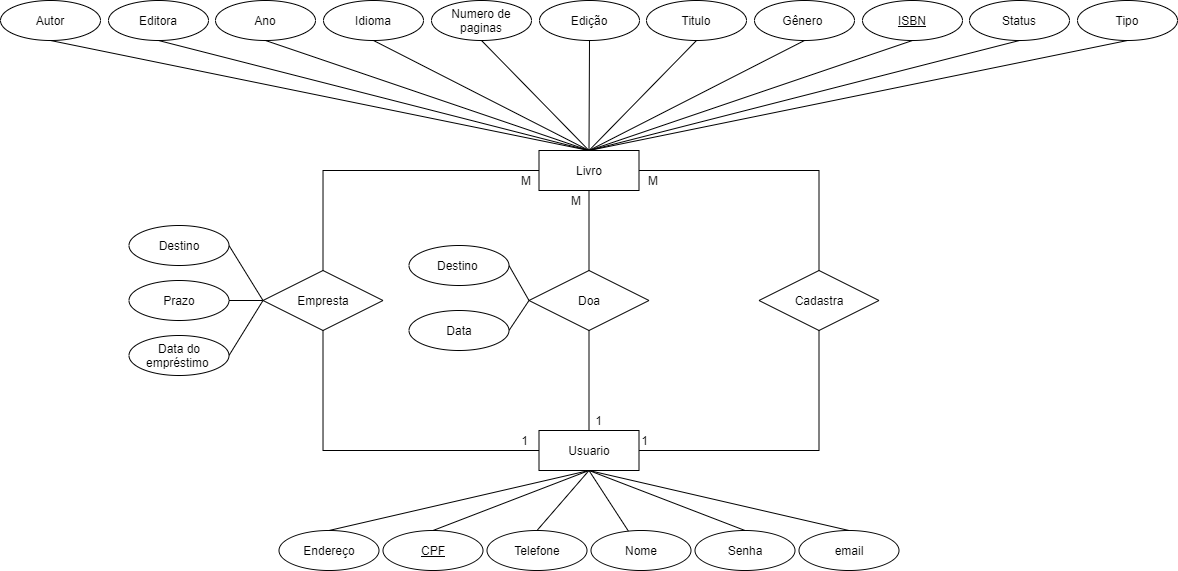
Above: Artefatos/DER WEBOOK.png in RafaelDuarteP/webook (draw.io), before the change. Source tidied: cells renumbered, new cells last; positions are measured from the earlier drawing's top-left corner, leaving out a move shared by most shapes.
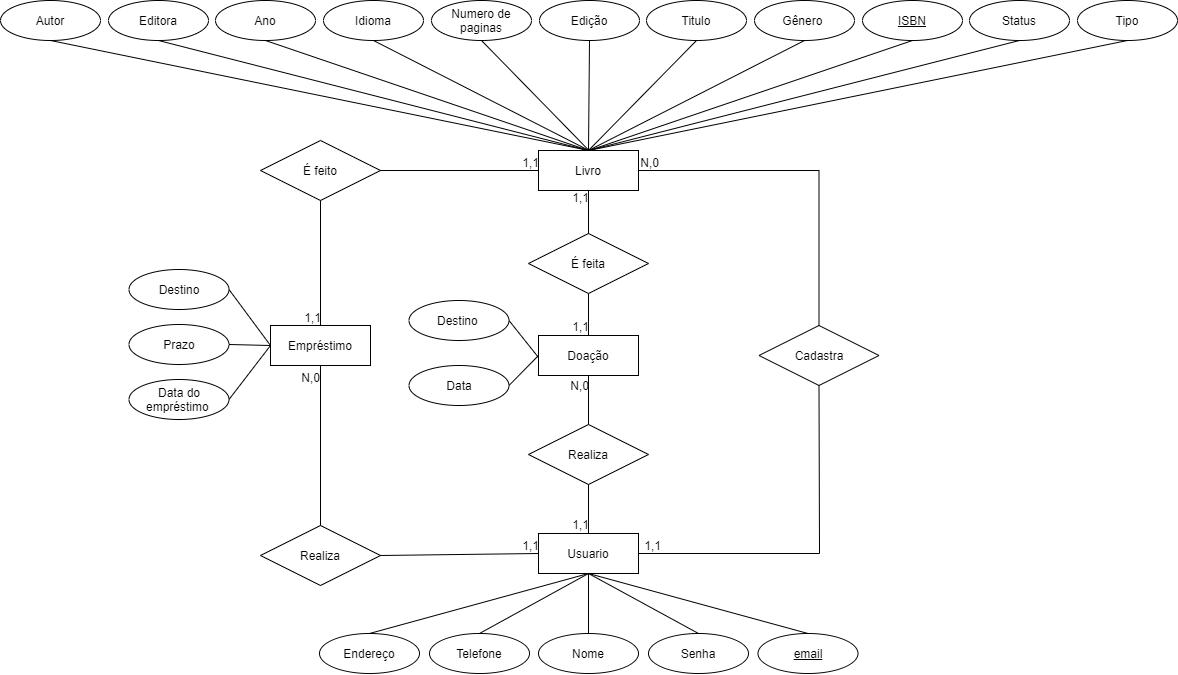
Later version of the same file.

Commit message:
Atualização do DER

What changed in the source:
```diff
@@ -3,10 +3,10 @@
     <mxCell id="0" />
     <mxCell id="1" parent="0" />
     <mxCell id="2" value="Livro" style="whiteSpace=wrap;html=1;align=center;" parent="1" vertex="1">
-      <mxGeometry x="538.5" y="150" width="100" height="40" as="geometry" />
+      <mxGeometry x="538" y="150" width="100" height="40" as="geometry" />
     </mxCell>
     <mxCell id="3" value="Usuario" style="whiteSpace=wrap;html=1;align=center;" parent="1" vertex="1">
-      <mxGeometry x="538.5" y="430" width="100" height="40" as="geometry" />
+      <mxGeometry x="538" y="533" width="100" height="40" as="geometry" />
     </mxCell>
     <mxCell id="4" value="Titulo" style="ellipse;whiteSpace=wrap;html=1;align=center;" parent="1" vertex="1">
       <mxGeometry x="646" width="100" height="40" as="geometry" />
@@ -47,19 +47,16 @@
       <mxGeometry relative="1" as="geometry" />
     </mxCell>
     <mxCell id="16" value="Nome" style="ellipse;whiteSpace=wrap;html=1;align=center;flipH=1;flipV=1;" parent="1" vertex="1">
-      <mxGeometry x="590.5" y="530" width="100" height="40" as="geometry" />
+      <mxGeometry x="538" y="633" width="100" height="40" as="geometry" />
     </mxCell>
     <mxCell id="17" value="Endereço" style="ellipse;whiteSpace=wrap;html=1;align=center;flipH=1;flipV=1;" parent="1" vertex="1">
-      <mxGeometry x="278.5" y="530" width="100" height="40" as="geometry" />
+      <mxGeometry x="319" y="633" width="100" height="40" as="geometry" />
     </mxCell>
-    <mxCell id="18" value="CPF" style="ellipse;whiteSpace=wrap;html=1;align=center;fontStyle=4;flipH=1;flipV=1;" parent="1" vertex="1">
-      <mxGeometry x="382.5" y="530" width="100" height="40" as="geometry" />
-    </mxCell>
     <mxCell id="19" value="Telefone" style="ellipse;whiteSpace=wrap;html=1;align=center;flipH=1;flipV=1;" parent="1" vertex="1">
-      <mxGeometry x="486.5" y="530" width="100" height="40" as="geometry" />
+      <mxGeometry x="429" y="633" width="100" height="40" as="geometry" />
     </mxCell>
     <mxCell id="20" value="Senha" style="ellipse;whiteSpace=wrap;html=1;align=center;flipH=1;flipV=1;" parent="1" vertex="1">
-      <mxGeometry x="694.5" y="530" width="100" height="40" as="geometry" />
+      <mxGeometry x="648" y="633" width="100" height="40" as="geometry" />
     </mxCell>
     <mxCell id="21" style="endArrow=none;html=1;entryX=0.5;entryY=0;entryDx=0;entryDy=0;exitX=0.5;exitY=1;exitDx=0;exitDy=0;" parent="1" edge="1" source="3" target="20">
       <mxGeometry relative="1" as="geometry" />
@@ -73,9 +70,6 @@
     <mxCell id="24" style="endArrow=none;html=1;entryX=0.5;entryY=0;entryDx=0;entryDy=0;exitX=0.5;exitY=1;exitDx=0;exitDy=0;" parent="1" edge="1" source="3" target="19">
       <mxGeometry relative="1" as="geometry" />
     </mxCell>
-    <mxCell id="25" style="endArrow=none;html=1;entryX=0.5;entryY=0;entryDx=0;entryDy=0;exitX=0.5;exitY=1;exitDx=0;exitDy=0;" parent="1" edge="1" source="3" target="18">
-      <mxGeometry relative="1" as="geometry" />
-    </mxCell>
     <mxCell id="26" value="Idioma&lt;br&gt;" style="ellipse;whiteSpace=wrap;html=1;align=center;" parent="1" vertex="1">
       <mxGeometry x="323" width="100" height="40" as="geometry" />
     </mxCell>
@@ -113,7 +107,7 @@
       </mxGeometry>
     </mxCell>
     <mxCell id="36" value="Cadastra" style="shape=rhombus;perimeter=rhombusPerimeter;whiteSpace=wrap;html=1;align=center;" parent="1" vertex="1">
-      <mxGeometry x="758.5" y="270" width="120" height="60" as="geometry" />
+      <mxGeometry x="758.5" y="325" width="120" height="60" as="geometry" />
     </mxCell>
     <mxCell id="37" style="endArrow=none;html=1;rounded=0;exitX=0.5;exitY=0;exitDx=0;exitDy=0;entryX=1;entryY=0.5;entryDx=0;entryDy=0;" parent="1" edge="1" source="36" target="2">
       <mxGeometry relative="1" as="geometry">
@@ -122,108 +116,130 @@
         </Array>
       </mxGeometry>
     </mxCell>
-    <mxCell id="38" value="M" style="html=1;align=right;verticalAlign=bottom;" parent="37" vertex="1">
+    <mxCell id="38" value="N,0" style="html=1;align=right;verticalAlign=bottom;" parent="37" vertex="1">
       <mxGeometry x="1" relative="1" as="geometry">
-        <mxPoint x="20" y="20" as="offset" />
+        <mxPoint x="20" as="offset" />
       </mxGeometry>
     </mxCell>
     <mxCell id="39" style="endArrow=none;html=1;rounded=0;exitX=0.5;exitY=1;exitDx=0;exitDy=0;entryX=1;entryY=0.5;entryDx=0;entryDy=0;" parent="1" edge="1" source="36" target="3">
       <mxGeometry relative="1" as="geometry">
         <Array as="points">
-          <mxPoint x="818.5" y="450" />
+          <mxPoint x="819" y="553" />
         </Array>
       </mxGeometry>
     </mxCell>
-    <mxCell id="40" value="1" style="html=1;align=right;verticalAlign=bottom;" parent="39" vertex="1">
+    <mxCell id="40" value="1,1" style="html=1;align=right;verticalAlign=bottom;" parent="39" vertex="1">
       <mxGeometry x="1" relative="1" as="geometry">
-        <mxPoint x="10" as="offset" />
+        <mxPoint x="22" as="offset" />
       </mxGeometry>
     </mxCell>
-    <mxCell id="41" value="1" style="html=1;align=right;verticalAlign=bottom;" parent="39" vertex="1">
-      <mxGeometry x="1" relative="1" as="geometry">
-        <mxPoint x="-36" y="-20" as="offset" />
-      </mxGeometry>
-    </mxCell>
-    <mxCell id="42" value="email" style="ellipse;whiteSpace=wrap;html=1;align=center;flipH=1;flipV=1;" parent="1" vertex="1">
-      <mxGeometry x="798.5" y="530" width="100" height="40" as="geometry" />
+    <mxCell id="42" value="&lt;u&gt;email&lt;/u&gt;" style="ellipse;whiteSpace=wrap;html=1;align=center;flipH=1;flipV=1;" parent="1" vertex="1">
+      <mxGeometry x="757.5" y="633" width="100" height="40" as="geometry" />
     </mxCell>
     <mxCell id="43" style="endArrow=none;html=1;entryX=0.5;entryY=0;entryDx=0;entryDy=0;exitX=0.5;exitY=1;exitDx=0;exitDy=0;" parent="1" edge="1" source="3" target="42">
       <mxGeometry relative="1" as="geometry" />
     </mxCell>
     <mxCell id="44" value="Data" style="ellipse;whiteSpace=wrap;html=1;align=center;" parent="1" vertex="1">
-      <mxGeometry x="408.5" y="310" width="100" height="40" as="geometry" />
+      <mxGeometry x="408.5" y="365" width="100" height="40" as="geometry" />
     </mxCell>
     <mxCell id="45" value="Destino&amp;nbsp;" style="ellipse;whiteSpace=wrap;html=1;align=center;" parent="1" vertex="1">
-      <mxGeometry x="408.5" y="245" width="100" height="40" as="geometry" />
+      <mxGeometry x="408.5" y="300" width="100" height="40" as="geometry" />
     </mxCell>
     <mxCell id="46" value="Data do empréstimo&amp;nbsp;" style="ellipse;whiteSpace=wrap;html=1;align=center;" parent="1" vertex="1">
-      <mxGeometry x="128.5" y="335" width="100" height="40" as="geometry" />
+      <mxGeometry x="128.5" y="379" width="100" height="40" as="geometry" />
     </mxCell>
     <mxCell id="47" value="Prazo" style="ellipse;whiteSpace=wrap;html=1;align=center;" parent="1" vertex="1">
-      <mxGeometry x="128.5" y="280" width="100" height="40" as="geometry" />
+      <mxGeometry x="128.5" y="324" width="100" height="40" as="geometry" />
     </mxCell>
     <mxCell id="48" value="Destino" style="ellipse;whiteSpace=wrap;html=1;align=center;" parent="1" vertex="1">
-      <mxGeometry x="128.5" y="225" width="100" height="40" as="geometry" />
+      <mxGeometry x="128.5" y="269" width="100" height="40" as="geometry" />
     </mxCell>
-    <mxCell id="49" style="endArrow=none;html=1;exitX=0;exitY=0.5;exitDx=0;exitDy=0;entryX=1;entryY=0.5;entryDx=0;entryDy=0;" parent="1" edge="1" source="60" target="44">
+    <mxCell id="49" style="endArrow=none;html=1;exitX=0;exitY=0.5;exitDx=0;exitDy=0;entryX=1;entryY=0.5;entryDx=0;entryDy=0;" parent="1" edge="1" source="74" target="44">
       <mxGeometry relative="1" as="geometry" />
     </mxCell>
-    <mxCell id="50" style="endArrow=none;html=1;entryX=1;entryY=0.5;entryDx=0;entryDy=0;exitX=0;exitY=0.5;exitDx=0;exitDy=0;" parent="1" edge="1" source="60" target="45">
+    <mxCell id="50" style="endArrow=none;html=1;entryX=1;entryY=0.5;entryDx=0;entryDy=0;exitX=-0.003;exitY=0.541;exitDx=0;exitDy=0;exitPerimeter=0;" parent="1" edge="1" source="74" target="45">
       <mxGeometry relative="1" as="geometry" />
     </mxCell>
-    <mxCell id="51" style="endArrow=none;html=1;entryX=1;entryY=0.5;entryDx=0;entryDy=0;exitX=0;exitY=0.5;exitDx=0;exitDy=0;" parent="1" edge="1" source="54" target="47">
+    <mxCell id="51" style="endArrow=none;html=1;entryX=1;entryY=0.5;entryDx=0;entryDy=0;exitX=0;exitY=0.5;exitDx=0;exitDy=0;" parent="1" edge="1" source="63" target="47">
       <mxGeometry relative="1" as="geometry" />
     </mxCell>
-    <mxCell id="52" style="endArrow=none;html=1;entryX=1;entryY=0.5;entryDx=0;entryDy=0;exitX=0;exitY=0.5;exitDx=0;exitDy=0;" parent="1" edge="1" source="54" target="48">
+    <mxCell id="52" style="endArrow=none;html=1;entryX=1;entryY=0.5;entryDx=0;entryDy=0;exitX=0;exitY=0.5;exitDx=0;exitDy=0;" parent="1" edge="1" source="63" target="48">
       <mxGeometry relative="1" as="geometry" />
     </mxCell>
-    <mxCell id="53" style="endArrow=none;html=1;entryX=1;entryY=0.5;entryDx=0;entryDy=0;exitX=0;exitY=0.5;exitDx=0;exitDy=0;" parent="1" edge="1" source="54" target="46">
+    <mxCell id="53" style="endArrow=none;html=1;entryX=1;entryY=0.5;entryDx=0;entryDy=0;exitX=0;exitY=0.5;exitDx=0;exitDy=0;" parent="1" edge="1" source="63" target="46">
       <mxGeometry relative="1" as="geometry" />
     </mxCell>
-    <mxCell id="54" value="Empresta" style="shape=rhombus;perimeter=rhombusPerimeter;whiteSpace=wrap;html=1;align=center;" parent="1" vertex="1">
-      <mxGeometry x="262.5" y="270" width="120" height="60" as="geometry" />
-    </mxCell>
-    <mxCell id="55" style="endArrow=none;html=1;rounded=0;edgeStyle=orthogonalEdgeStyle;exitX=0.5;exitY=1;exitDx=0;exitDy=0;entryX=0;entryY=0.5;entryDx=0;entryDy=0;" parent="1" edge="1" source="54" target="3">
-      <mxGeometry relative="1" as="geometry">
-        <Array as="points">
-          <mxPoint x="322.5" y="450" />
-        </Array>
-      </mxGeometry>
-    </mxCell>
-    <mxCell id="56" value="1" style="html=1;align=right;verticalAlign=bottom;" parent="55" vertex="1">
-      <mxGeometry x="1" relative="1" as="geometry">
-        <mxPoint x="-10" as="offset" />
-      </mxGeometry>
-    </mxCell>
-    <mxCell id="57" style="endArrow=none;html=1;rounded=0;edgeStyle=orthogonalEdgeStyle;exitX=0;exitY=0.5;exitDx=0;exitDy=0;entryX=0.5;entryY=0;entryDx=0;entryDy=0;" parent="1" edge="1" source="2" target="54">
-      <mxGeometry relative="1" as="geometry">
-        <Array as="points">
-          <mxPoint x="322.5" y="170" />
-        </Array>
-      </mxGeometry>
-    </mxCell>
-    <mxCell id="58" value="M" style="html=1;align=left;verticalAlign=bottom;" parent="57" vertex="1">
-      <mxGeometry x="-1" relative="1" as="geometry">
-        <mxPoint x="-20" y="20" as="offset" />
-      </mxGeometry>
-    </mxCell>
-    <mxCell id="59" value="M" style="html=1;align=left;verticalAlign=bottom;" parent="57" vertex="1">
-      <mxGeometry x="-1" relative="1" as="geometry">
-        <mxPoint x="30" y="40" as="offset" />
-      </mxGeometry>
-    </mxCell>
-    <mxCell id="60" value="Doa" style="shape=rhombus;perimeter=rhombusPerimeter;whiteSpace=wrap;html=1;align=center;" parent="1" vertex="1">
-      <mxGeometry x="528.5" y="270" width="120" height="60" as="geometry" />
-    </mxCell>
-    <mxCell id="61" style="endArrow=none;html=1;rounded=0;edgeStyle=orthogonalEdgeStyle;exitX=0.5;exitY=0;exitDx=0;exitDy=0;entryX=0.5;entryY=1;entryDx=0;entryDy=0;" parent="1" edge="1" source="60" target="2">
-      <mxGeometry relative="1" as="geometry">
-        <Array as="points">
-          <mxPoint x="588.5" y="270" />
-        </Array>
-      </mxGeometry>
-    </mxCell>
-    <mxCell id="62" style="endArrow=none;html=1;rounded=0;edgeStyle=orthogonalEdgeStyle;exitX=0.5;exitY=1;exitDx=0;exitDy=0;entryX=0.5;entryY=0;entryDx=0;entryDy=0;" parent="1" edge="1" source="60" target="3">
-      <mxGeometry relative="1" as="geometry" />
-    </mxCell>
+    <mxCell id="63" value="Empréstimo" style="whiteSpace=wrap;html=1;align=center;" parent="1" vertex="1">
+      <mxGeometry x="270" y="325" width="100" height="40" as="geometry" />
+    </mxCell>
+    <mxCell id="64" value="Realiza" style="shape=rhombus;perimeter=rhombusPerimeter;whiteSpace=wrap;html=1;align=center;" parent="1" vertex="1">
+      <mxGeometry x="260" y="525" width="120" height="60" as="geometry" />
+    </mxCell>
+    <mxCell id="65" style="endArrow=none;html=1;rounded=0;exitX=0.5;exitY=0;exitDx=0;exitDy=0;entryX=0.5;entryY=1;entryDx=0;entryDy=0;" parent="1" edge="1" source="64" target="63">
+      <mxGeometry relative="1" as="geometry" />
+    </mxCell>
+    <mxCell id="66" value="N,0" style="html=1;align=right;verticalAlign=bottom;" parent="65" vertex="1">
+      <mxGeometry x="1" relative="1" as="geometry">
+        <mxPoint x="-1" y="20" as="offset" />
+      </mxGeometry>
+    </mxCell>
+    <mxCell id="67" style="endArrow=none;html=1;rounded=0;exitX=1;exitY=0.5;exitDx=0;exitDy=0;entryX=0;entryY=0.5;entryDx=0;entryDy=0;" parent="1" edge="1" source="64" target="3">
+      <mxGeometry relative="1" as="geometry" />
+    </mxCell>
+    <mxCell id="68" value="1,1" style="html=1;align=right;verticalAlign=bottom;" parent="67" vertex="1">
+      <mxGeometry x="1" relative="1" as="geometry" />
+    </mxCell>
+    <mxCell id="69" value="É feito" style="shape=rhombus;perimeter=rhombusPerimeter;whiteSpace=wrap;html=1;align=center;" parent="1" vertex="1">
+      <mxGeometry x="260" y="140" width="120" height="60" as="geometry" />
+    </mxCell>
+    <mxCell id="70" style="endArrow=none;html=1;rounded=0;exitX=1;exitY=0.5;exitDx=0;exitDy=0;entryX=0;entryY=0.5;entryDx=0;entryDy=0;" parent="1" edge="1" source="69" target="2">
+      <mxGeometry relative="1" as="geometry" />
+    </mxCell>
+    <mxCell id="71" value="1,1" style="html=1;align=right;verticalAlign=bottom;" parent="70" vertex="1">
+      <mxGeometry x="1" relative="1" as="geometry" />
+    </mxCell>
+    <mxCell id="72" style="endArrow=none;html=1;rounded=0;exitX=0.5;exitY=1;exitDx=0;exitDy=0;entryX=0.5;entryY=0;entryDx=0;entryDy=0;" parent="1" edge="1" source="69" target="63">
+      <mxGeometry relative="1" as="geometry" />
+    </mxCell>
+    <mxCell id="73" value="1,1" style="html=1;align=right;verticalAlign=bottom;" parent="72" vertex="1">
+      <mxGeometry x="1" relative="1" as="geometry" />
+    </mxCell>
+    <mxCell id="74" value="Doação" style="whiteSpace=wrap;html=1;align=center;" parent="1" vertex="1">
+      <mxGeometry x="538" y="335" width="100" height="40" as="geometry" />
+    </mxCell>
+    <mxCell id="75" value="Realiza" style="shape=rhombus;perimeter=rhombusPerimeter;whiteSpace=wrap;html=1;align=center;" parent="1" vertex="1">
+      <mxGeometry x="528" y="424" width="120" height="60" as="geometry" />
+    </mxCell>
+    <mxCell id="76" style="endArrow=none;html=1;rounded=0;exitX=0.5;exitY=1;exitDx=0;exitDy=0;entryX=0.5;entryY=0;entryDx=0;entryDy=0;" parent="1" edge="1" source="75" target="3">
+      <mxGeometry relative="1" as="geometry" />
+    </mxCell>
+    <mxCell id="77" value="1,1" style="html=1;align=right;verticalAlign=bottom;" parent="76" vertex="1">
+      <mxGeometry x="1" relative="1" as="geometry" />
+    </mxCell>
+    <mxCell id="78" style="endArrow=none;html=1;rounded=0;entryX=0.5;entryY=1;entryDx=0;entryDy=0;exitX=0.5;exitY=0;exitDx=0;exitDy=0;" parent="1" edge="1" source="75" target="74">
+      <mxGeometry relative="1" as="geometry" />
+    </mxCell>
+    <mxCell id="79" value="N,0" style="html=1;align=right;verticalAlign=bottom;" parent="78" vertex="1">
+      <mxGeometry x="1" relative="1" as="geometry">
+        <mxPoint y="18" as="offset" />
+      </mxGeometry>
+    </mxCell>
+    <mxCell id="80" value="É feita" style="shape=rhombus;perimeter=rhombusPerimeter;whiteSpace=wrap;html=1;align=center;" parent="1" vertex="1">
+      <mxGeometry x="528" y="233" width="120" height="60" as="geometry" />
+    </mxCell>
+    <mxCell id="81" style="endArrow=none;html=1;rounded=0;exitX=0.5;exitY=0;exitDx=0;exitDy=0;entryX=0.5;entryY=1;entryDx=0;entryDy=0;" parent="1" edge="1" source="80" target="2">
+      <mxGeometry relative="1" as="geometry" />
+    </mxCell>
+    <mxCell id="82" value="1,1" style="html=1;align=right;verticalAlign=bottom;" parent="81" vertex="1">
+      <mxGeometry x="1" relative="1" as="geometry">
+        <mxPoint y="16" as="offset" />
+      </mxGeometry>
+    </mxCell>
+    <mxCell id="83" style="endArrow=none;html=1;rounded=0;exitX=0.5;exitY=1;exitDx=0;exitDy=0;entryX=0.5;entryY=0;entryDx=0;entryDy=0;" parent="1" edge="1" source="80" target="74">
+      <mxGeometry relative="1" as="geometry" />
+    </mxCell>
+    <mxCell id="84" value="1,1" style="html=1;align=right;verticalAlign=bottom;" parent="83" vertex="1">
+      <mxGeometry x="1" relative="1" as="geometry" />
+    </mxCell>
   </root>
 </mxGraphModel>
```
